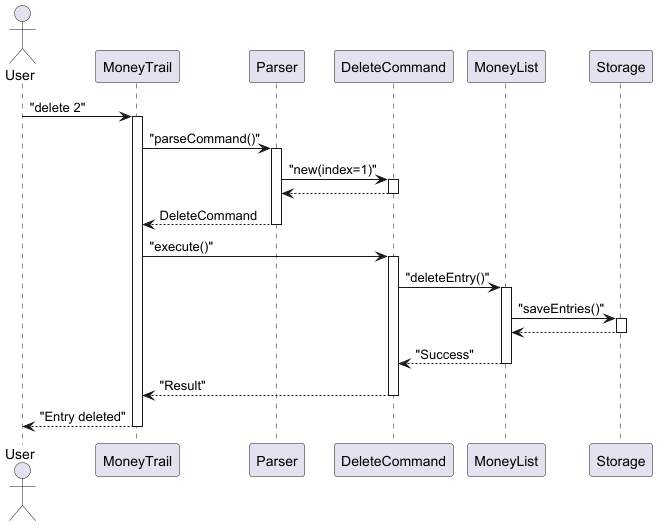
EdwinTun98/tp keeps this PlantUML diagram as docs/diagrams/Delete_Seq.png. Above is the earlier version.
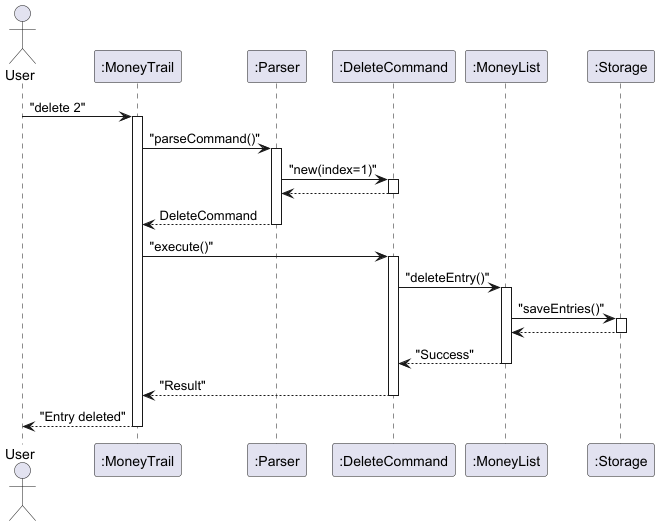
The same file after the commit.

Diff of the diagram source:
```diff
@@ -1,10 +1,10 @@
 @startuml Delete_Sequence_Activation
 actor User
-participant MoneyTrail
-participant Parser
-participant DeleteCommand
-participant MoneyList
-participant Storage
+participant MoneyTrail as ":MoneyTrail"
+participant Parser as ":Parser"
+participant DeleteCommand as ":DeleteCommand"
+participant MoneyList as ":MoneyList"
+participant Storage as ":Storage"
 
 User -> MoneyTrail : "delete 2"
 activate MoneyTrail
```
